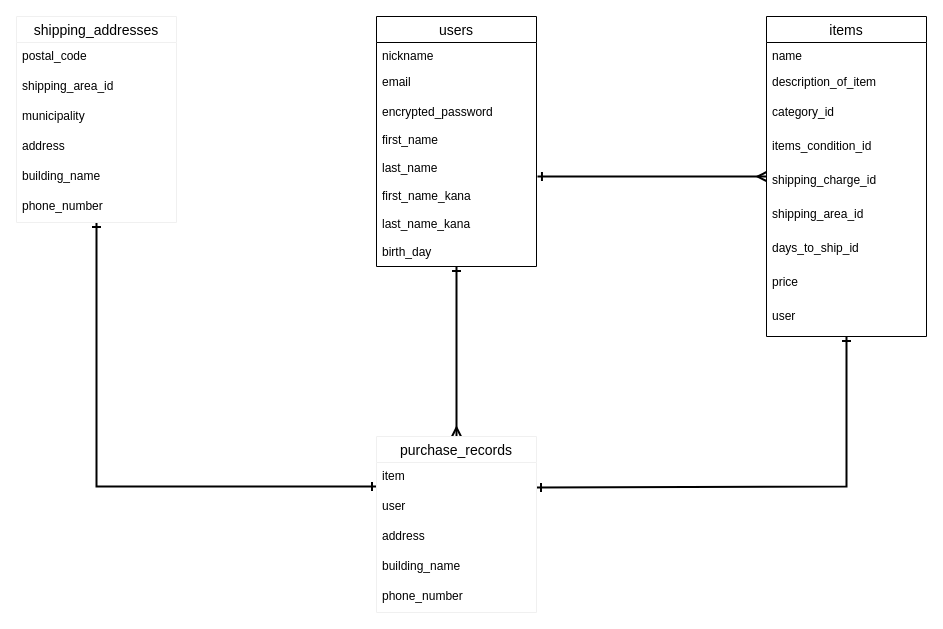
sairas774/furima-35582 keeps this draw.io diagram as furima_ER.dio. Above is the earlier version. Source tidied: cells renumbered, new cells numbered last; positions are measured from the earlier drawing's top-left corner, leaving out a move shared by most shapes. Both pictures are drawn from the tidied source at 100%, with x=0, y=0 at pixel (16, 16).
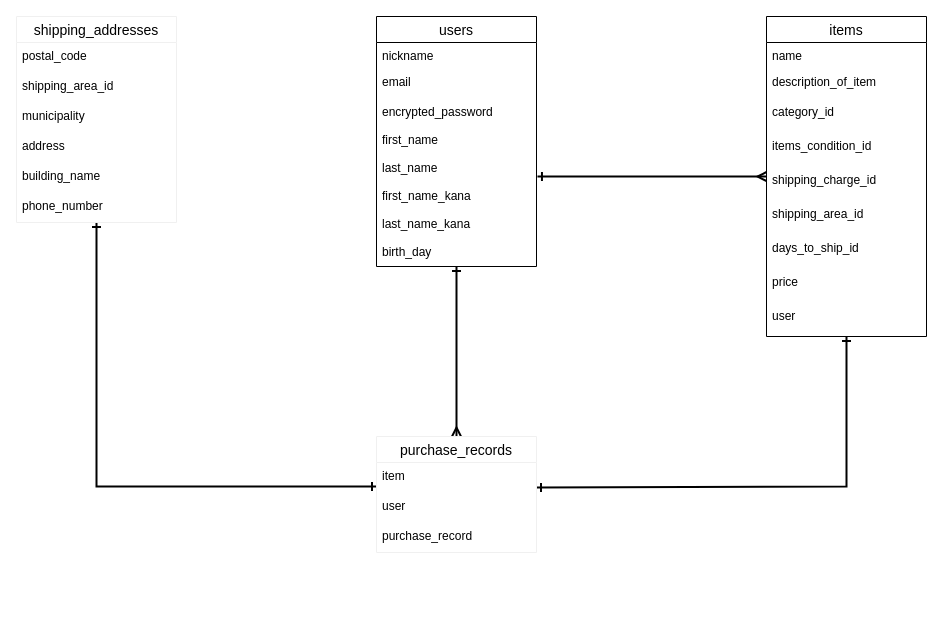
The same diagram, later.

Commit message (it also covers changes not shown here):
データベース設計６

Change to the diagram source:
```diff
@@
     <mxCell id="32" value="purchase_records" style="swimlane;fontStyle=0;horizontal=1;startSize=26;align=center;fontSize=14;strokeColor=#f0f0f0;fillColor=none;" parent="1" vertex="1">
-      <mxGeometry x="360" y="420" width="160" height="176" as="geometry" />
+      <mxGeometry x="360" y="420" width="160" height="116" as="geometry" />
     </mxCell>
@@
-    <mxCell id="35" value="address" style="text;strokeColor=none;fillColor=none;spacingLeft=4;spacingRight=4;overflow=hidden;fontSize=12;" parent="32" vertex="1">
+    <mxCell id="35" value="purchase_record" style="text;strokeColor=none;fillColor=none;spacingLeft=4;spacingRight=4;overflow=hidden;fontSize=12;" parent="32" vertex="1">
       <mxGeometry y="86" width="160" height="30" as="geometry" />
     </mxCell>
-    <mxCell id="36" value="building_name" style="text;strokeColor=none;fillColor=none;spacingLeft=4;spacingRight=4;overflow=hidden;fontSize=12;" parent="32" vertex="1">
-      <mxGeometry y="116" width="160" height="30" as="geometry" />
-    </mxCell>
-    <mxCell id="37" value="phone_number" style="text;strokeColor=none;fillColor=none;spacingLeft=4;spacingRight=4;overflow=hidden;fontSize=12;" parent="32" vertex="1">
-      <mxGeometry y="146" width="160" height="30" as="geometry" />
-    </mxCell>
```
